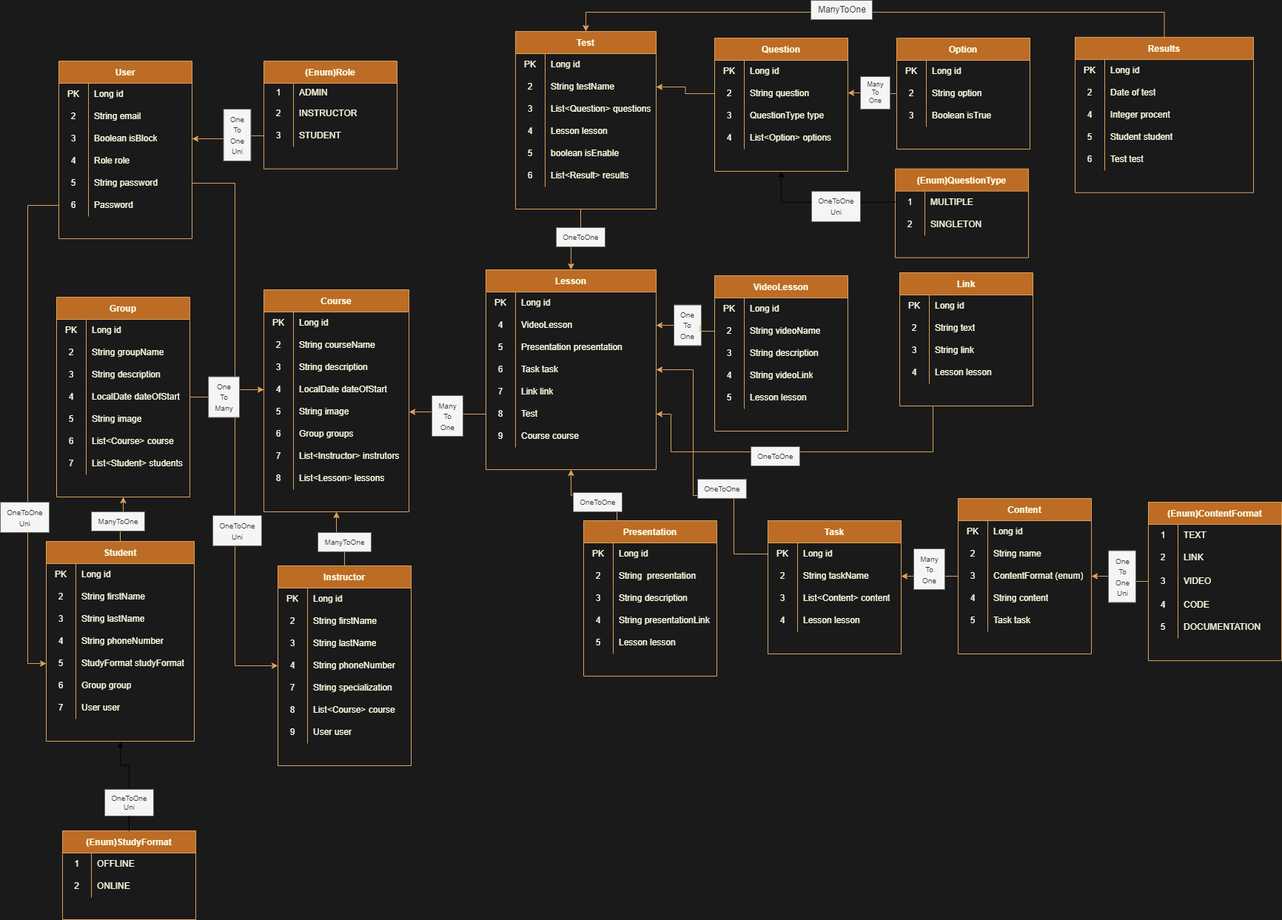
Above: peaksoftlms.png in Mavlyan03/peaksoftlms-b6 (draw.io), before the change. Source tidied: cells renumbered, new cells last; positions are measured from the earlier drawing's top-left corner, leaving out a move shared by most shapes.
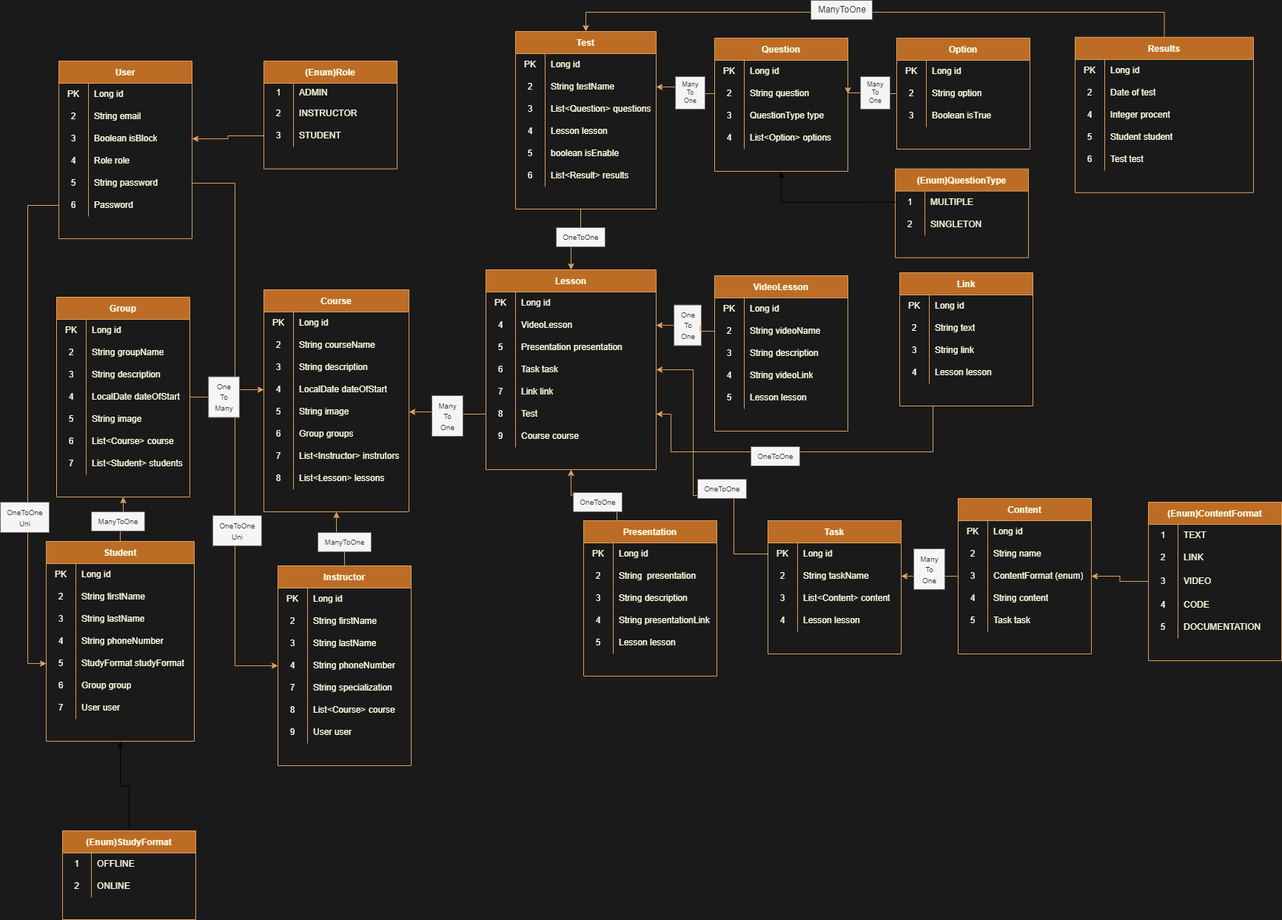
After the commit.

What changed in the source:
```diff
@@ -952,9 +952,9 @@
     <mxCell id="308" style="edgeStyle=orthogonalEdgeStyle;rounded=0;jettySize=auto;html=1;exitX=1;exitY=0.5;exitDx=0;exitDy=0;entryX=0;entryY=0.5;entryDx=0;entryDy=0;strokeColor=#DDA15E;fontColor=#FEFAE0;fillColor=#BC6C25;" parent="1" edge="1" source="190" target="60">
       <mxGeometry relative="1" as="geometry" />
     </mxCell>
-    <mxCell id="309" style="edgeStyle=orthogonalEdgeStyle;rounded=0;jettySize=auto;html=1;entryX=0.5;entryY=1;entryDx=0;entryDy=0;startArrow=none;" parent="1" edge="1" source="346" target="73">
-      <mxGeometry relative="1" as="geometry" />
-    </mxCell>
+    <mxCell id="348" style="edgeStyle=orthogonalEdgeStyle;rounded=0;jettySize=auto;html=1;exitX=0.5;exitY=0;exitDx=0;exitDy=0;entryX=0.5;entryY=1;entryDx=0;entryDy=0;" parent="1" edge="1" source="310" target="73">
+      <mxGeometry relative="1" as="geometry" />
+    </mxCell>
     <mxCell id="310" value="(Enum)StudyFormat" style="shape=table;startSize=30;rowLines=0;fontStyle=1;fontColor=#FEFAE0;fillColor=#BC6C25;strokeColor=#DDA15E;" parent="1" vertex="1">
       <mxGeometry x="84" y="1122" width="180" height="120" as="geometry" />
     </mxCell>
@@ -1054,20 +1054,8 @@
     <mxCell id="342" value="&lt;span style=&quot;font-size: 10px;&quot;&gt;OneToOne&lt;br&gt;Uni&lt;br&gt;&lt;/span&gt;" style="text;html=1;align=center;verticalAlign=middle;strokeColor=#666666;fillColor=#f5f5f5;fontSize=12;fontColor=#333333;" parent="1" vertex="1">
       <mxGeometry y="678" width="66" height="41" as="geometry" />
     </mxCell>
-    <mxCell id="343" value="&lt;span style=&quot;font-size: 10px;&quot;&gt;One&lt;br&gt;To&lt;br&gt;One&lt;br&gt;Uni&lt;br&gt;&lt;/span&gt;" style="text;html=1;align=center;verticalAlign=middle;strokeColor=#666666;fillColor=#f5f5f5;fontSize=12;fontColor=#333333;" parent="1" vertex="1">
-      <mxGeometry x="1497" y="743.5" width="37" height="70" as="geometry" />
-    </mxCell>
-    <mxCell id="344" value="&lt;span style=&quot;font-size: 10px;&quot;&gt;OneToOne&lt;br&gt;Uni&lt;br&gt;&lt;/span&gt;" style="text;html=1;align=center;verticalAlign=middle;strokeColor=#666666;fillColor=#f5f5f5;fontSize=12;fontColor=#333333;" parent="1" vertex="1">
-      <mxGeometry x="1096" y="258" width="66" height="41" as="geometry" />
-    </mxCell>
-    <mxCell id="345" value="&lt;span style=&quot;font-size: 10px;&quot;&gt;One&lt;br&gt;To&lt;br&gt;One&lt;br&gt;Uni&lt;br&gt;&lt;/span&gt;" style="text;html=1;align=center;verticalAlign=middle;strokeColor=#666666;fillColor=#f5f5f5;fontSize=12;fontColor=#333333;" parent="1" vertex="1">
-      <mxGeometry x="301.5" y="147" width="37" height="70" as="geometry" />
-    </mxCell>
-    <mxCell id="346" value="OneToOne&lt;br&gt;Uni" style="text;html=1;align=center;verticalAlign=middle;points=[];strokeColor=#666666;fillColor=#f5f5f5;fontSize=10;fontColor=#333333;" parent="1" vertex="1">
-      <mxGeometry x="141" y="1066" width="66" height="36" as="geometry" />
-    </mxCell>
-    <mxCell id="347" style="edgeStyle=orthogonalEdgeStyle;rounded=0;jettySize=auto;html=1;entryX=0.5;entryY=1;entryDx=0;entryDy=0;endArrow=none;" parent="1" edge="1" source="310" target="346">
-      <mxGeometry relative="1" as="geometry" />
-    </mxCell>
+    <mxCell id="349" value="Many&lt;br&gt;To&lt;br&gt;One" style="text;html=1;align=center;verticalAlign=middle;fontSize=9;fillColor=#f5f5f5;fontColor=#333333;strokeColor=#666666;" parent="1" vertex="1">
+      <mxGeometry x="912" y="103" width="40" height="44" as="geometry" />
+    </mxCell>
   </root>
 </mxGraphModel>
```
